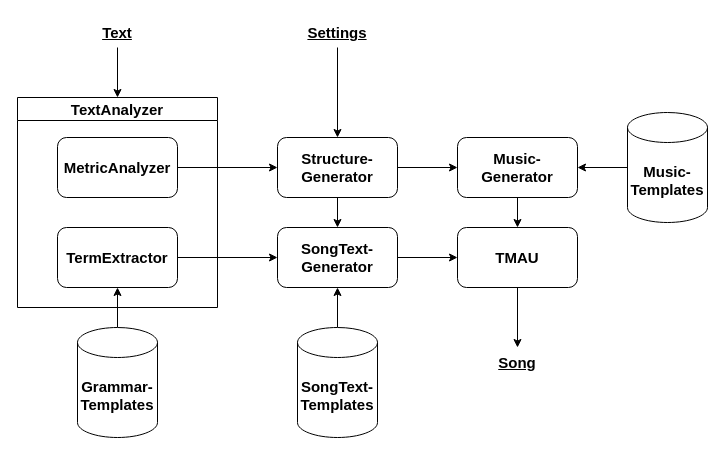
Above: Software Engineering/High-Level-Architektur.drawio in ArtInLines/Studium (draw.io), before the change. Source tidied: cells renumbered, new cells numbered last; positions are measured from the earlier drawing's top-left corner, leaving out a move shared by most shapes. Both pictures are drawn from the tidied source at 100%, with x=0, y=0 at pixel (17, 17).
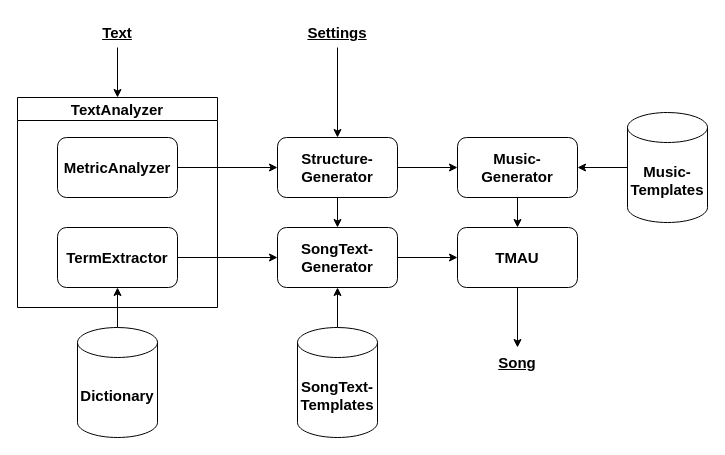
After the change.

Change to the diagram source:
```diff
@@
-    <mxCell id="26" value="&lt;b&gt;Grammar-Templates&lt;/b&gt;" style="shape=cylinder3;whiteSpace=wrap;html=1;boundedLbl=1;backgroundOutline=1;size=15;rounded=1;glass=0;fontSize=15;" parent="1" vertex="1">
+    <mxCell id="26" value="&lt;b&gt;Dictionary&lt;/b&gt;" style="shape=cylinder3;whiteSpace=wrap;html=1;boundedLbl=1;backgroundOutline=1;size=15;rounded=1;glass=0;fontSize=15;" parent="1" vertex="1">
       <mxGeometry x="60" y="310" width="80" height="110" as="geometry" />
     </mxCell>
```
